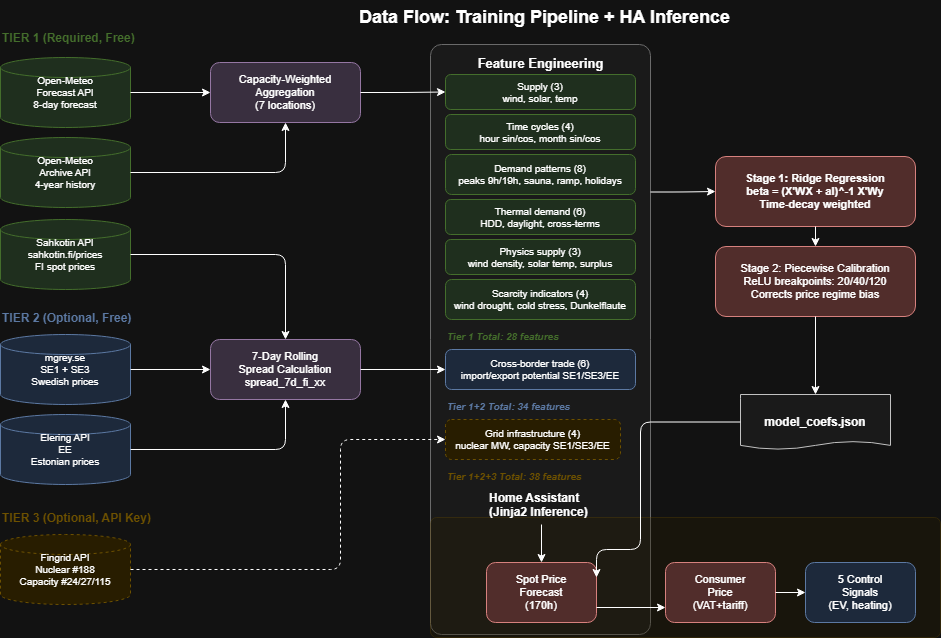
watti-matti/HA-spot-price-predictor keeps this draw.io diagram as docs/diagrams/data-flow.drawio.png. Above is the earlier version. Source tidied: cells renumbered, new cells last; positions are measured from the earlier drawing's top-left corner, leaving out a move shared by most shapes.
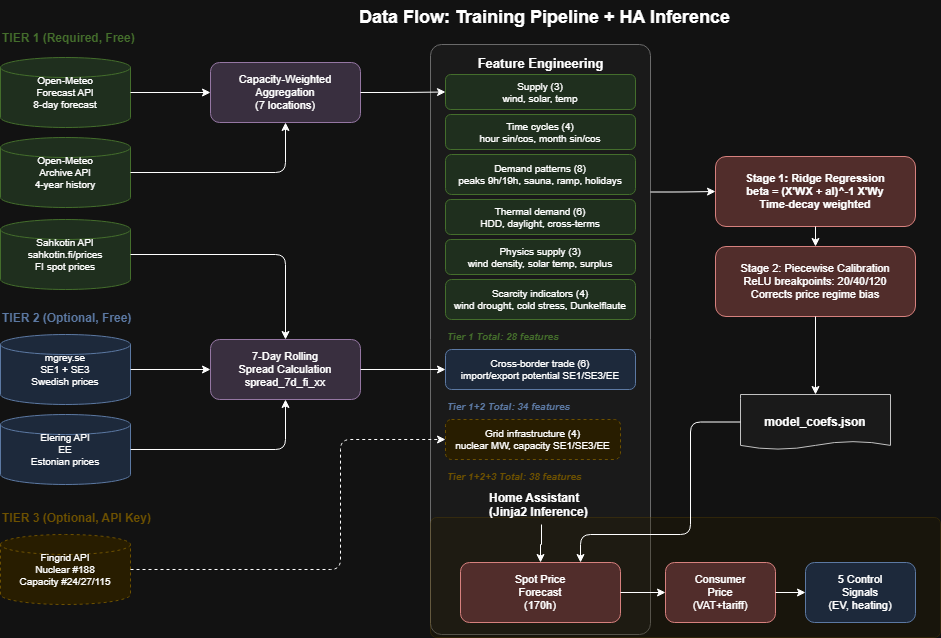
Above is the later version.

The edit, as a diff of the source:
```diff
@@ -96,7 +96,7 @@
       <mxGeometry x="486.5" y="484" width="109" height="40" as="geometry" />
     </mxCell>
     <mxCell id="33" value="Spot Price&#10;Forecast&#10;(170h)" style="rounded=1;whiteSpace=wrap;html=1;fillColor=#f8cecc;strokeColor=#b85450;fontSize=11;" parent="1" vertex="1">
-      <mxGeometry x="486" y="562" width="110" height="60" as="geometry" />
+      <mxGeometry x="460" y="562" width="160" height="60" as="geometry" />
     </mxCell>
     <mxCell id="34" value="Consumer&#10;Price&#10;(VAT+tariff)" style="rounded=1;whiteSpace=wrap;html=1;fillColor=#f8cecc;strokeColor=#b85450;fontSize=11;" parent="1" vertex="1">
       <mxGeometry x="665" y="562" width="110" height="60" as="geometry" />
@@ -142,15 +142,16 @@
     <mxCell id="46" style="edgeStyle=orthogonalEdgeStyle;" parent="1" edge="1" source="28" target="29">
       <mxGeometry relative="1" as="geometry" />
     </mxCell>
-    <mxCell id="47" style="edgeStyle=orthogonalEdgeStyle;exitX=0;exitY=0.5;exitDx=0;exitDy=0;entryX=1;entryY=0.25;entryDx=0;entryDy=0;" parent="1" edge="1" source="29" target="33">
+    <mxCell id="47" style="edgeStyle=orthogonalEdgeStyle;exitX=0;exitY=0.5;exitDx=0;exitDy=0;entryX=0.75;entryY=0;entryDx=0;entryDy=0;" parent="1" edge="1" source="29" target="33">
       <mxGeometry relative="1" as="geometry">
         <Array as="points">
-          <mxPoint x="640" y="422" />
-          <mxPoint x="640" y="549" />
+          <mxPoint x="690" y="422" />
+          <mxPoint x="690" y="534" />
+          <mxPoint x="580" y="534" />
         </Array>
       </mxGeometry>
     </mxCell>
-    <mxCell id="48" style="edgeStyle=orthogonalEdgeStyle;exitX=1;exitY=0.75;exitDx=0;exitDy=0;entryX=0;entryY=0.75;entryDx=0;entryDy=0;" parent="1" edge="1" source="33" target="34">
+    <mxCell id="48" style="edgeStyle=orthogonalEdgeStyle;exitX=1;exitY=0.5;exitDx=0;exitDy=0;entryX=0;entryY=0.5;entryDx=0;entryDy=0;" parent="1" edge="1" source="33" target="34">
       <mxGeometry relative="1" as="geometry" />
     </mxCell>
     <mxCell id="49" style="edgeStyle=orthogonalEdgeStyle;" parent="1" edge="1" source="34" target="35">
```
